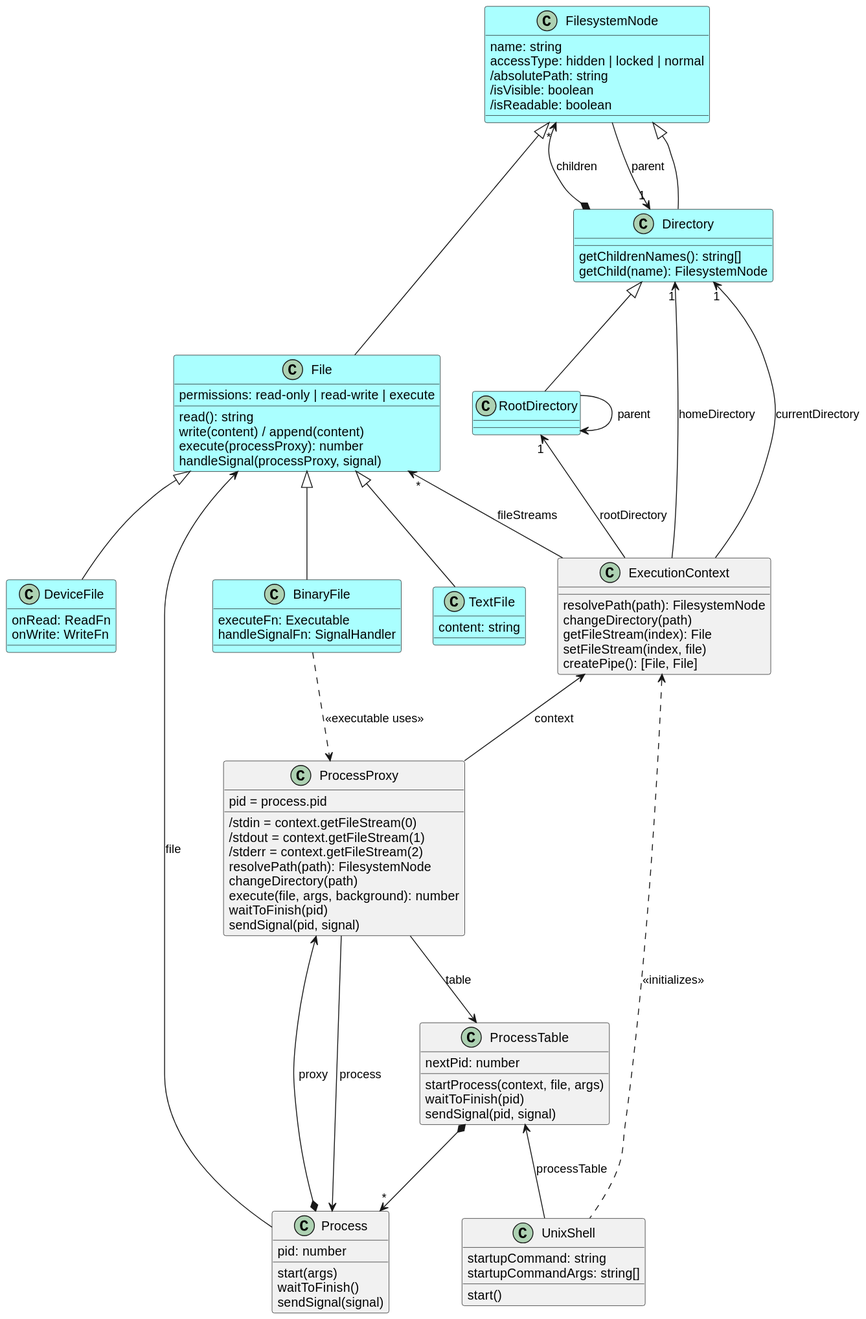
Earlier version of the PlantUML export core/doc/class-diagram.svg (p-rivero/unix-js).
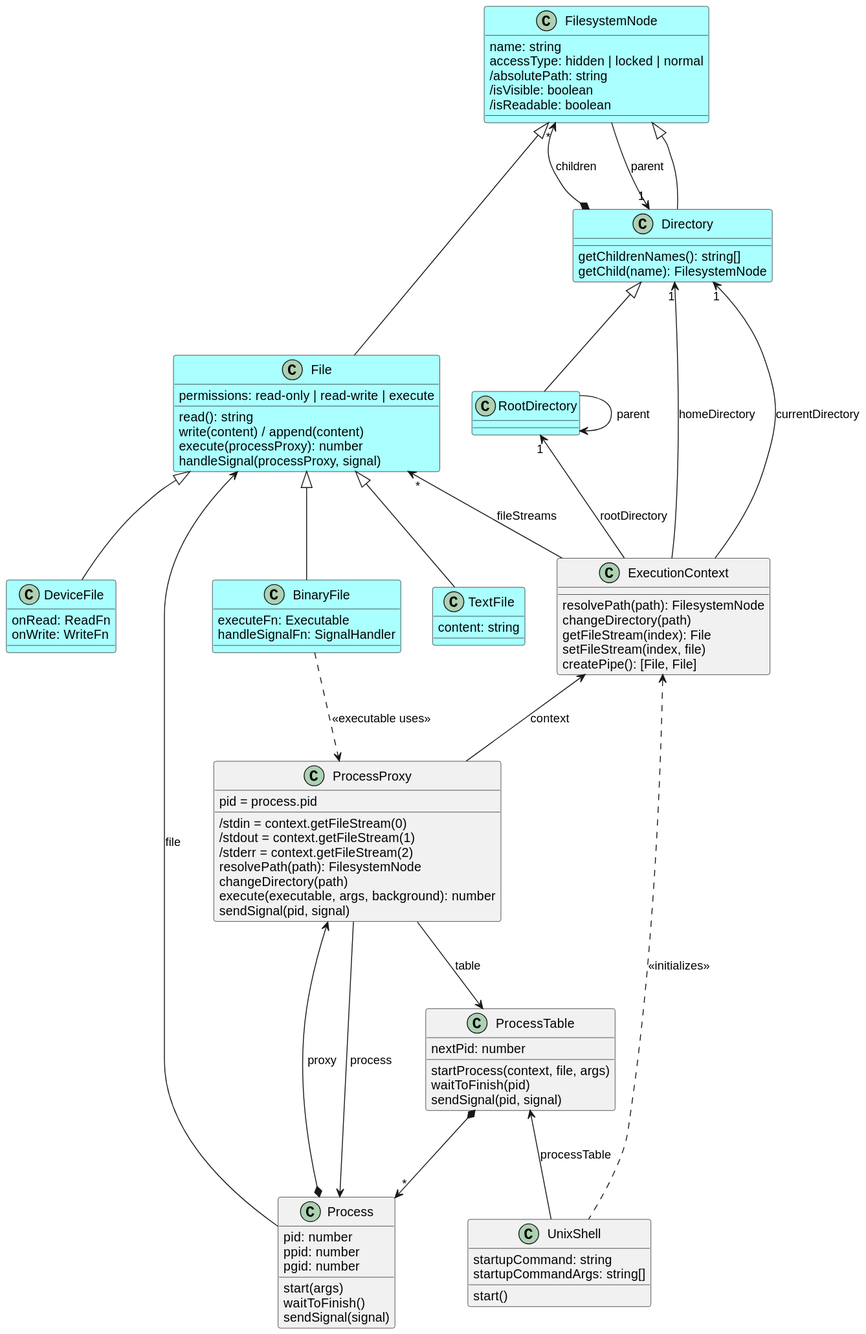
The same diagram one commit later.

Change to the diagram source:
```diff
@@ -65,6 +65,8 @@
 
 class Process {
     pid: number
+    ppid: number
+    pgid: number
     start(args)
     waitToFinish()
     sendSignal(signal)
@@ -88,8 +90,7 @@
     /stderr = context.getFileStream(2)
     resolvePath(path): FilesystemNode
     changeDirectory(path)
-    execute(file, args, background): number
-    waitToFinish(pid)
+    execute(executable, args, background): number
     sendSignal(pid, signal)
 }
 ProcessProxy -u-> ExecutionContext : context
```
